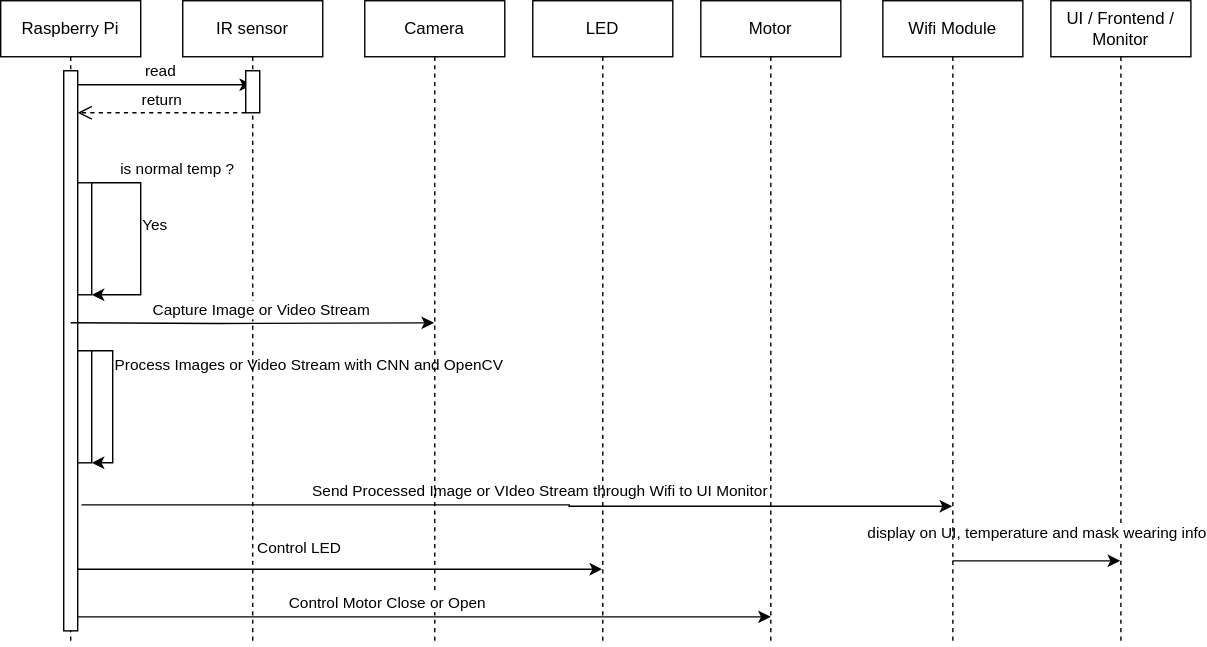
Before: docs/diagrams/Sequence.drawio.svg, a diagram exported from draw.io (ArcueidShiki/SmartEntrySystem). Source tidied: cells renumbered, new cells last; positions are measured from the earlier drawing's top-left corner, leaving out a move shared by most shapes.
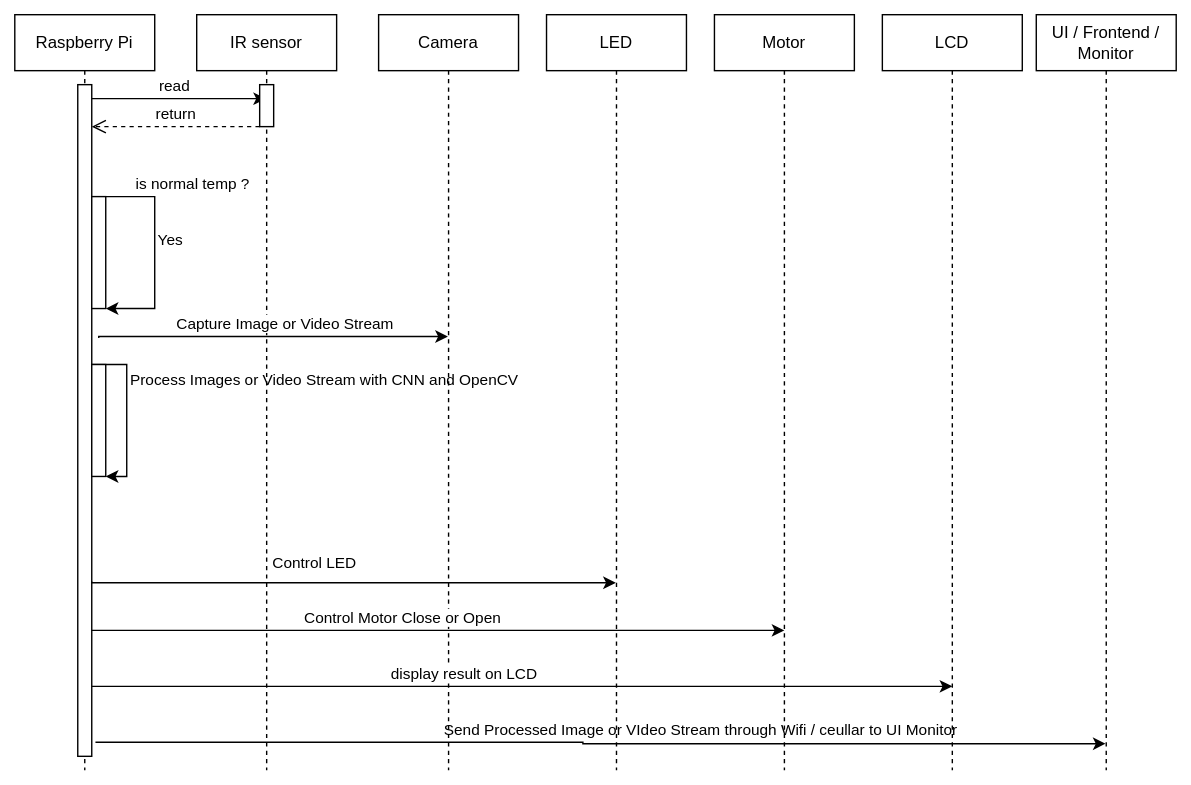
Later version of the same file.

Change to the diagram source:
```diff
@@ -14,10 +14,10 @@
       </mxGeometry>
     </mxCell>
     <mxCell id="4" value="Raspberry Pi" style="shape=umlLifeline;perimeter=lifelinePerimeter;whiteSpace=wrap;html=1;newEdgeStyle={&quot;curved&quot;:0,&quot;rounded&quot;:0};" parent="1" vertex="1">
-      <mxGeometry width="100" height="460" as="geometry" />
+      <mxGeometry width="100" height="540" as="geometry" />
     </mxCell>
     <mxCell id="5" style="html=1;perimeter=orthogonalPerimeter;targetShapes=umlLifeline;newEdgeStyle={&quot;curved&quot;:0,&quot;rounded&quot;:0};" parent="4" vertex="1">
-      <mxGeometry x="45" y="50" width="10" height="400" as="geometry" />
+      <mxGeometry x="45" y="50" width="10" height="480" as="geometry" />
     </mxCell>
     <mxCell id="6" style="edgeStyle=orthogonalEdgeStyle;rounded=0;jettySize=auto;html=1;curved=0;" parent="4" edge="1" target="9">
       <mxGeometry relative="1" as="geometry">
@@ -59,62 +59,50 @@
       <mxGeometry x="55" y="250" width="10" height="80" as="geometry" />
     </mxCell>
     <mxCell id="13" value="IR sensor" style="shape=umlLifeline;perimeter=lifelinePerimeter;whiteSpace=wrap;html=1;newEdgeStyle={&quot;curved&quot;:0,&quot;rounded&quot;:0};" parent="1" vertex="1">
-      <mxGeometry x="130" width="100" height="460" as="geometry" />
+      <mxGeometry x="130" width="100" height="540" as="geometry" />
     </mxCell>
     <mxCell id="14" style="html=1;perimeter=orthogonalPerimeter;targetShapes=umlLifeline;newEdgeStyle={&quot;curved&quot;:0,&quot;rounded&quot;:0};" parent="13" vertex="1">
       <mxGeometry x="45" y="50" width="10" height="30" as="geometry" />
     </mxCell>
-    <mxCell id="15" style="edgeStyle=orthogonalEdgeStyle;rounded=0;jettySize=auto;html=1;curved=0;" parent="1" edge="1" target="24">
+    <mxCell id="15" style="edgeStyle=orthogonalEdgeStyle;rounded=0;orthogonalLoop=1;jettySize=auto;html=1;curved=0;" parent="1" edge="1">
       <mxGeometry relative="1" as="geometry">
-        <mxPoint x="57.7" y="360" as="sourcePoint" />
+        <mxPoint x="57.7" y="520" as="sourcePoint" />
+        <mxPoint x="779.5" y="521" as="targetPoint" />
         <Array as="points">
-          <mxPoint x="406" y="360" />
-          <mxPoint x="406" y="361" />
+          <mxPoint x="406" y="520" />
+          <mxPoint x="406" y="521" />
         </Array>
       </mxGeometry>
     </mxCell>
-    <mxCell id="16" value="Send Processed Image or VIdeo Stream through Wifi to UI Monitor" style="edgeLabel;html=1;align=center;verticalAlign=middle;" parent="15" vertex="1">
+    <mxCell id="16" value="Send Processed Image or VIdeo Stream through Wifi / ceullar to UI Monitor" style="edgeLabel;html=1;align=center;verticalAlign=middle;" parent="15" vertex="1">
       <mxGeometry x="-0.68" y="-2" relative="1" as="geometry">
-        <mxPoint x="228" y="-12" as="offset" />
+        <mxPoint x="317" y="-12" as="offset" />
       </mxGeometry>
     </mxCell>
     <mxCell id="17" value="Camera" style="shape=umlLifeline;perimeter=lifelinePerimeter;whiteSpace=wrap;html=1;outlineConnect=0;portConstraint=eastwest;newEdgeStyle={&quot;curved&quot;:0,&quot;rounded&quot;:0};" parent="1" vertex="1">
-      <mxGeometry x="260" width="100" height="460" as="geometry" />
+      <mxGeometry x="260" width="100" height="540" as="geometry" />
     </mxCell>
     <mxCell id="18" value="LED" style="shape=umlLifeline;perimeter=lifelinePerimeter;whiteSpace=wrap;html=1;outlineConnect=0;portConstraint=eastwest;newEdgeStyle={&quot;curved&quot;:0,&quot;rounded&quot;:0};" parent="1" vertex="1">
-      <mxGeometry x="380" width="100" height="460" as="geometry" />
+      <mxGeometry x="380" width="100" height="540" as="geometry" />
     </mxCell>
     <mxCell id="19" value="Motor" style="shape=umlLifeline;perimeter=lifelinePerimeter;whiteSpace=wrap;html=1;newEdgeStyle={&quot;curved&quot;:0,&quot;rounded&quot;:0};" parent="1" vertex="1">
-      <mxGeometry x="500" width="100" height="460" as="geometry" />
+      <mxGeometry x="500" width="100" height="540" as="geometry" />
     </mxCell>
-    <mxCell id="20" value="UI / Frontend / Monitor" style="shape=umlLifeline;perimeter=lifelinePerimeter;whiteSpace=wrap;html=1;outlineConnect=0;portConstraint=eastwest;newEdgeStyle={&quot;curved&quot;:0,&quot;rounded&quot;:0};" parent="1" vertex="1">
-      <mxGeometry x="750" width="100" height="460" as="geometry" />
-    </mxCell>
     <mxCell id="21" value="return" style="html=1;verticalAlign=bottom;endArrow=open;dashed=1;endSize=8;curved=0;rounded=0;" parent="1" edge="1">
       <mxGeometry relative="1" as="geometry">
         <mxPoint x="175" y="80" as="sourcePoint" />
         <mxPoint x="55" y="80" as="targetPoint" />
       </mxGeometry>
     </mxCell>
-    <mxCell id="22" style="edgeStyle=orthogonalEdgeStyle;rounded=0;jettySize=auto;html=1;curved=0;" parent="1" edge="1" source="24" target="20">
-      <mxGeometry relative="1" as="geometry">
-        <Array as="points">
-          <mxPoint x="740" y="400" />
-          <mxPoint x="740" y="400" />
-        </Array>
-      </mxGeometry>
-    </mxCell>
-    <mxCell id="23" value="display on UI, temperature and mask wearing info" style="edgeLabel;html=1;align=center;verticalAlign=middle;" parent="22" vertex="1">
-      <mxGeometry x="-0.15" y="2" relative="1" as="geometry">
-        <mxPoint x="9" y="-18" as="offset" />
-      </mxGeometry>
-    </mxCell>
-    <mxCell id="24" value="Wifi Module" style="shape=umlLifeline;perimeter=lifelinePerimeter;whiteSpace=wrap;html=1;outlineConnect=0;portConstraint=eastwest;newEdgeStyle={&quot;curved&quot;:0,&quot;rounded&quot;:0};" parent="1" vertex="1">
-      <mxGeometry x="630" width="100" height="460" as="geometry" />
+    <mxCell id="24" value="UI / Frontend / Monitor" style="shape=umlLifeline;perimeter=lifelinePerimeter;whiteSpace=wrap;html=1;outlineConnect=0;portConstraint=eastwest;newEdgeStyle={&quot;curved&quot;:0,&quot;rounded&quot;:0};" parent="1" vertex="1">
+      <mxGeometry x="730" width="100" height="540" as="geometry" />
     </mxCell>
     <mxCell id="25" style="edgeStyle=orthogonalEdgeStyle;rounded=0;jettySize=auto;html=1;curved=0;" parent="1" edge="1" target="17">
       <mxGeometry relative="1" as="geometry">
-        <mxPoint x="50" y="230" as="sourcePoint" />
+        <mxPoint x="60" y="231" as="sourcePoint" />
+        <Array as="points">
+          <mxPoint x="60" y="230" />
+        </Array>
       </mxGeometry>
     </mxCell>
     <mxCell id="26" value="Capture Image or Video Stream" style="edgeLabel;html=1;align=center;verticalAlign=middle;" parent="25" vertex="1">
@@ -146,5 +134,19 @@
         <mxPoint y="-8" as="offset" />
       </mxGeometry>
     </mxCell>
+    <mxCell id="31" value="LCD" style="shape=umlLifeline;perimeter=lifelinePerimeter;whiteSpace=wrap;html=1;newEdgeStyle={&quot;curved&quot;:0,&quot;rounded&quot;:0};" parent="1" vertex="1">
+      <mxGeometry x="620" width="100" height="540" as="geometry" />
+    </mxCell>
+    <mxCell id="32" style="edgeStyle=orthogonalEdgeStyle;rounded=0;orthogonalLoop=1;jettySize=auto;html=1;curved=0;" parent="1" edge="1">
+      <mxGeometry relative="1" as="geometry">
+        <mxPoint x="55" y="480" as="sourcePoint" />
+        <mxPoint x="670" y="480" as="targetPoint" />
+      </mxGeometry>
+    </mxCell>
+    <mxCell id="33" value="display result on LCD" style="edgeLabel;html=1;align=center;verticalAlign=middle;" parent="32" vertex="1">
+      <mxGeometry x="0.18" y="1" relative="1" as="geometry">
+        <mxPoint x="-97" y="-9" as="offset" />
+      </mxGeometry>
+    </mxCell>
   </root>
 </mxGraphModel>
```
